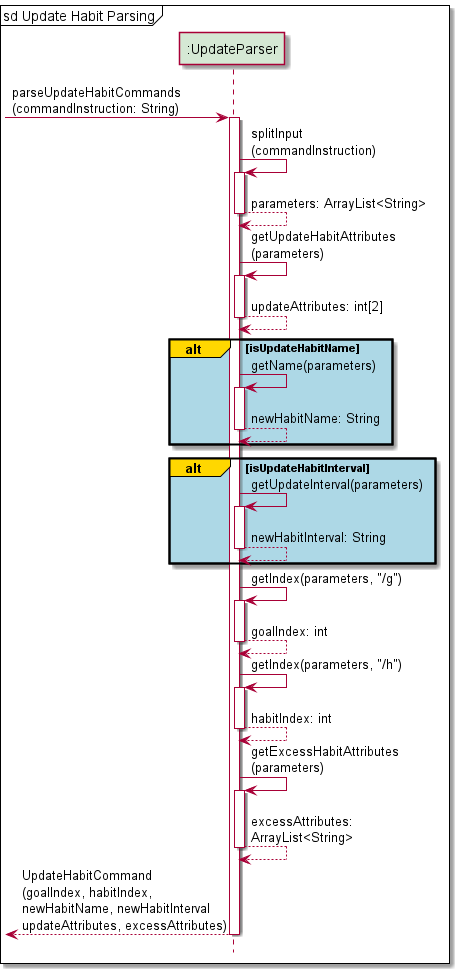
Above: docs/Diagram_Images/Implementation_Diagram_Images/UpdateHabitCommandParserSequenceDiagram.png in nus-cs2113-AY2122S1/tp (PlantUML), before the change.
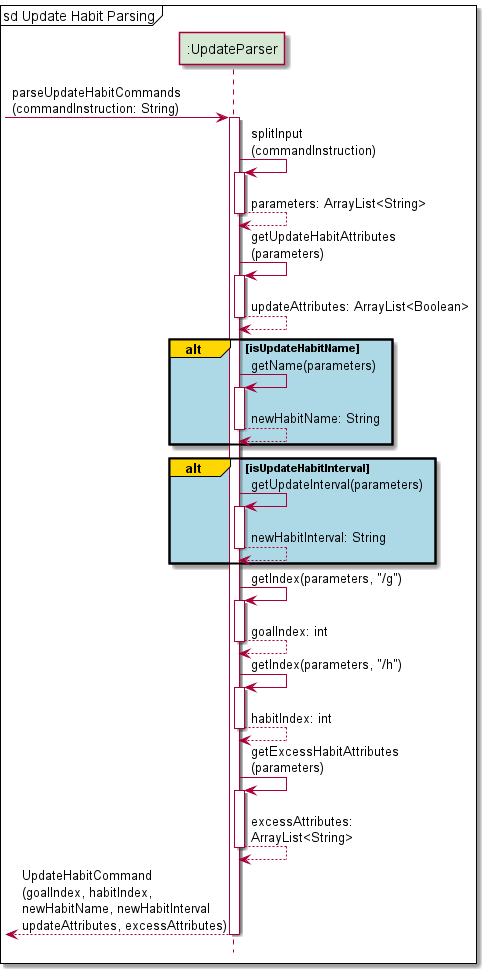
After the commit.

Commit message:
Update sequence diagrams for Update Command

Change to the diagram source:
```diff
@@ -15,7 +15,7 @@
 
 UpdateParser -> UpdateParser: getUpdateHabitAttributes\n(parameters)
 activate UpdateParser
-UpdateParser --> UpdateParser: updateAttributes: int[2]
+UpdateParser --> UpdateParser: updateAttributes: ArrayList<Boolean>
 deactivate UpdateParser
 
 alt#gold #lightblue isUpdateHabitName
```
